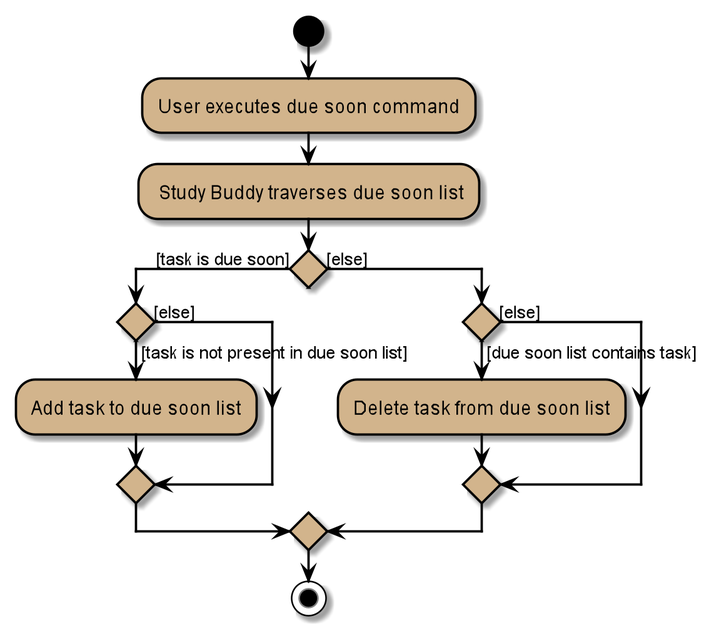
This is images/DueSoonActivityDiagram.png from AY1920S2-CS2103T-W16-3/main, a PlantUML export, as it was before one commit.
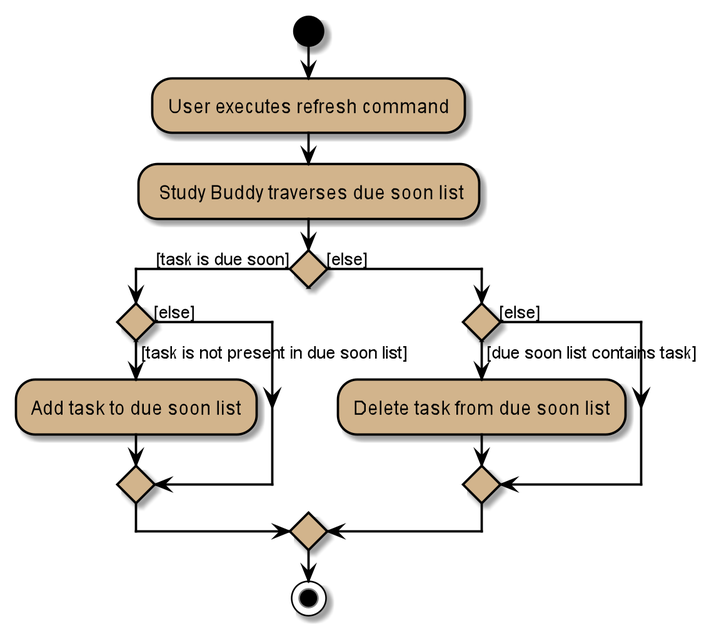
After the change.

Diff of the diagram source:
```diff
@@ -7,7 +7,7 @@
 skinparam activityDiamondBackgroundColor #tan
 skinparam arrowColor #black
 
-:User executes due soon command;
+:User executes refresh command;
 
 : Study Buddy traverses due soon list;
 
```
